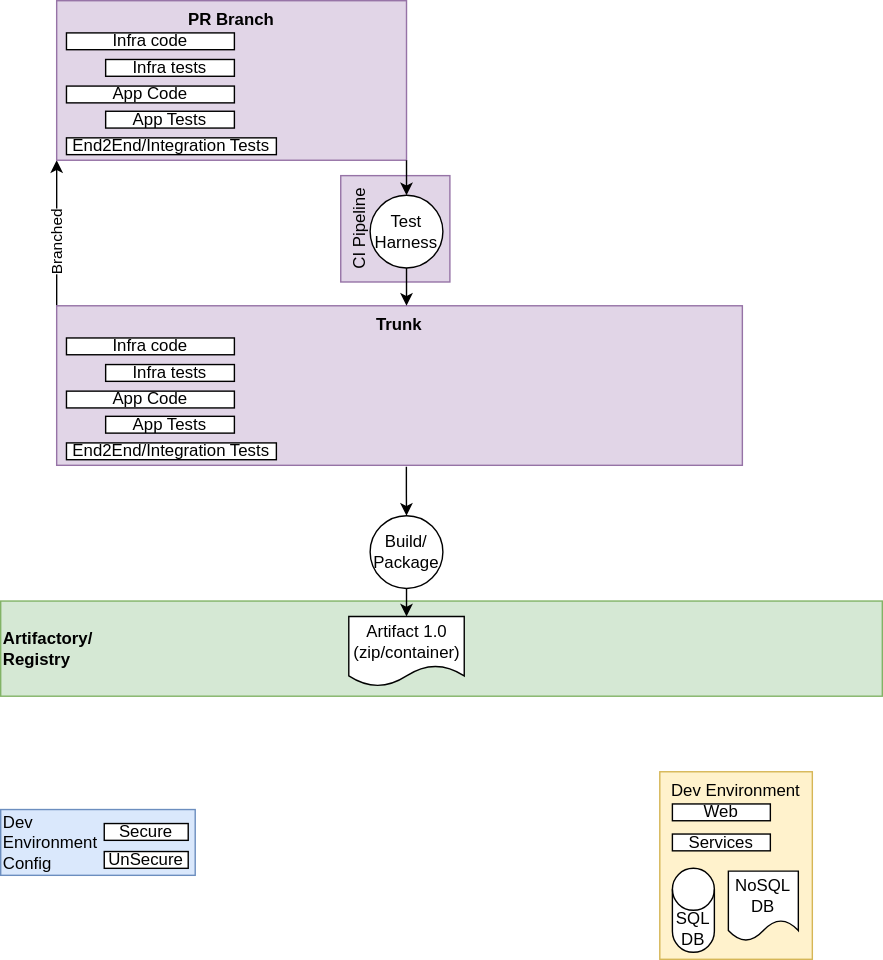
Before: assets/images/deployments.svg, a diagram exported from draw.io (vjavle/minimal-mistakes). Source tidied: cells renumbered, new cells last; positions are measured from the earlier drawing's top-left corner, leaving out a move shared by most shapes.
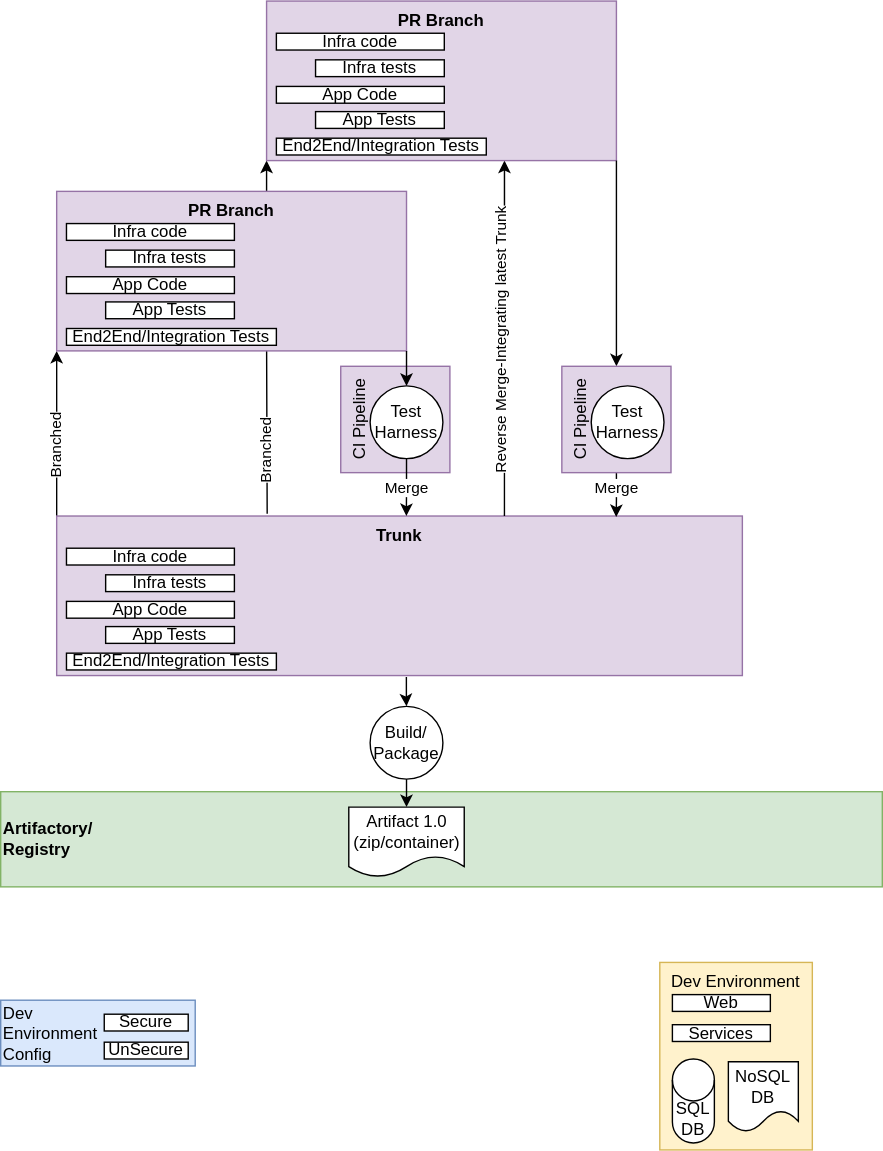
After the change.

Diff of the diagram source:
```diff
@@ -2,6 +2,12 @@
   <root>
     <mxCell id="0" />
     <mxCell id="1" parent="0" />
+    <mxCell id="34" style="edgeStyle=orthogonalEdgeStyle;rounded=0;jettySize=auto;html=1;startArrow=classic;startFill=1;endArrow=none;endFill=0;exitX=0;exitY=1;exitDx=0;exitDy=0;entryX=0.307;entryY=-0.014;entryDx=0;entryDy=0;entryPerimeter=0;" parent="1" edge="1" source="39" target="14">
+      <mxGeometry relative="1" as="geometry" />
+    </mxCell>
+    <mxCell id="35" value="Branched" style="edgeLabel;html=1;align=center;verticalAlign=middle;horizontal=0;" parent="34" vertex="1">
+      <mxGeometry x="0.65" y="-1" relative="1" as="geometry" />
+    </mxCell>
     <mxCell id="2" value="CI Pipeline" style="rounded=0;whiteSpace=wrap;html=1;horizontal=0;verticalAlign=top;fillColor=#e1d5e7;strokeColor=#9673a6;" parent="1" vertex="1">
       <mxGeometry x="243" y="125" width="78" height="76" as="geometry" />
     </mxCell>
@@ -39,28 +45,31 @@
       <mxGeometry relative="1" as="geometry" />
     </mxCell>
     <mxCell id="14" value="Trunk" style="rounded=0;whiteSpace=wrap;html=1;verticalAlign=top;fontStyle=1;fillColor=#e1d5e7;strokeColor=#9673a6;" parent="1" vertex="1">
-      <mxGeometry x="40" y="218" width="490" height="114" as="geometry" />
+      <mxGeometry x="40" y="232" width="490" height="114" as="geometry" />
     </mxCell>
     <mxCell id="15" value="Infra code" style="rounded=0;whiteSpace=wrap;html=1;" parent="1" vertex="1">
-      <mxGeometry x="47" y="241" width="120" height="12" as="geometry" />
+      <mxGeometry x="47" y="255" width="120" height="12" as="geometry" />
     </mxCell>
     <mxCell id="16" value="App Code" style="rounded=0;whiteSpace=wrap;html=1;" parent="1" vertex="1">
-      <mxGeometry x="47" y="279" width="120" height="12" as="geometry" />
+      <mxGeometry x="47" y="293" width="120" height="12" as="geometry" />
     </mxCell>
     <mxCell id="17" value="App Tests" style="rounded=0;whiteSpace=wrap;html=1;" parent="1" vertex="1">
-      <mxGeometry x="75" y="297" width="92" height="12" as="geometry" />
+      <mxGeometry x="75" y="311" width="92" height="12" as="geometry" />
     </mxCell>
     <mxCell id="18" value="Infra tests" style="rounded=0;whiteSpace=wrap;html=1;" parent="1" vertex="1">
-      <mxGeometry x="75" y="260" width="92" height="12" as="geometry" />
+      <mxGeometry x="75" y="274" width="92" height="12" as="geometry" />
     </mxCell>
     <mxCell id="19" value="End2End/Integration Tests" style="rounded=0;whiteSpace=wrap;html=1;" parent="1" vertex="1">
-      <mxGeometry x="47" y="316" width="150" height="12" as="geometry" />
+      <mxGeometry x="47" y="330" width="150" height="12" as="geometry" />
     </mxCell>
-    <mxCell id="20" style="edgeStyle=orthogonalEdgeStyle;rounded=0;jettySize=auto;html=1;startArrow=none;startFill=0;endArrow=classic;endFill=1;" parent="1" edge="1" source="22">
-      <mxGeometry relative="1" as="geometry">
-        <mxPoint x="290" y="218" as="targetPoint" />
-      </mxGeometry>
+    <mxCell id="20" style="edgeStyle=orthogonalEdgeStyle;rounded=0;jettySize=auto;html=1;startArrow=none;startFill=0;endArrow=classic;endFill=1;entryX=0.51;entryY=0;entryDx=0;entryDy=0;entryPerimeter=0;" parent="1" edge="1" source="22" target="14">
+      <mxGeometry relative="1" as="geometry" />
     </mxCell>
+    <mxCell id="36" value="Merge" style="edgeLabel;html=1;align=center;verticalAlign=middle;" parent="20" vertex="1">
+      <mxGeometry x="0.16" relative="1" as="geometry">
+        <mxPoint y="-3" as="offset" />
+      </mxGeometry>
+    </mxCell>
     <mxCell id="21" style="edgeStyle=orthogonalEdgeStyle;rounded=0;jettySize=auto;html=1;entryX=1;entryY=1;entryDx=0;entryDy=0;startArrow=classic;startFill=1;endArrow=none;endFill=0;" parent="1" edge="1" source="22" target="7">
       <mxGeometry relative="1" as="geometry" />
     </mxCell>
@@ -100,5 +109,48 @@
     <mxCell id="33" value="&lt;div&gt;NoSQL&lt;br&gt;DB&lt;br&gt;&lt;/div&gt;" style="shape=document;whiteSpace=wrap;html=1;boundedLbl=1;" parent="1" vertex="1">
       <mxGeometry x="520" y="622" width="50" height="50" as="geometry" />
     </mxCell>
+    <mxCell id="37" style="edgeStyle=orthogonalEdgeStyle;rounded=0;jettySize=auto;html=1;entryX=0.653;entryY=0;entryDx=0;entryDy=0;entryPerimeter=0;startArrow=classic;startFill=1;endArrow=none;endFill=0;exitX=0.68;exitY=1;exitDx=0;exitDy=0;exitPerimeter=0;" parent="1" edge="1" source="39" target="14">
+      <mxGeometry relative="1" as="geometry" />
+    </mxCell>
+    <mxCell id="38" value="Reverse Merge-Integrating latest Trunk" style="edgeLabel;html=1;align=center;verticalAlign=middle;horizontal=0;" parent="37" vertex="1">
+      <mxGeometry x="0.55" y="-2" relative="1" as="geometry">
+        <mxPoint y="-68" as="offset" />
+      </mxGeometry>
+    </mxCell>
+    <mxCell id="39" value="PR Branch" style="rounded=0;whiteSpace=wrap;html=1;verticalAlign=top;fontStyle=1;fillColor=#e1d5e7;strokeColor=#9673a6;" parent="1" vertex="1">
+      <mxGeometry x="190" y="-136" width="250" height="114" as="geometry" />
+    </mxCell>
+    <mxCell id="40" value="Infra code" style="rounded=0;whiteSpace=wrap;html=1;" parent="1" vertex="1">
+      <mxGeometry x="197" y="-113" width="120" height="12" as="geometry" />
+    </mxCell>
+    <mxCell id="41" value="App Code" style="rounded=0;whiteSpace=wrap;html=1;" parent="1" vertex="1">
+      <mxGeometry x="197" y="-75" width="120" height="12" as="geometry" />
+    </mxCell>
+    <mxCell id="42" value="App Tests" style="rounded=0;whiteSpace=wrap;html=1;" parent="1" vertex="1">
+      <mxGeometry x="225" y="-57" width="92" height="12" as="geometry" />
+    </mxCell>
+    <mxCell id="43" value="Infra tests" style="rounded=0;whiteSpace=wrap;html=1;" parent="1" vertex="1">
+      <mxGeometry x="225" y="-94" width="92" height="12" as="geometry" />
+    </mxCell>
+    <mxCell id="44" value="End2End/Integration Tests" style="rounded=0;whiteSpace=wrap;html=1;" parent="1" vertex="1">
+      <mxGeometry x="197" y="-38" width="150" height="12" as="geometry" />
+    </mxCell>
+    <mxCell id="45" style="edgeStyle=orthogonalEdgeStyle;rounded=0;jettySize=auto;html=1;entryX=1;entryY=1;entryDx=0;entryDy=0;startArrow=classic;startFill=1;endArrow=none;endFill=0;" parent="1" edge="1" source="48" target="39">
+      <mxGeometry relative="1" as="geometry" />
+    </mxCell>
+    <mxCell id="46" style="edgeStyle=orthogonalEdgeStyle;rounded=0;jettySize=auto;html=1;entryX=0.816;entryY=0.006;entryDx=0;entryDy=0;entryPerimeter=0;startArrow=none;startFill=0;endArrow=classic;endFill=1;" parent="1" edge="1" source="48" target="14">
+      <mxGeometry relative="1" as="geometry" />
+    </mxCell>
+    <mxCell id="47" value="Merge" style="edgeLabel;html=1;align=center;verticalAlign=middle;" parent="46" vertex="1">
+      <mxGeometry x="-0.12" relative="1" as="geometry">
+        <mxPoint y="-3" as="offset" />
+      </mxGeometry>
+    </mxCell>
+    <mxCell id="48" value="CI Pipeline" style="rounded=0;whiteSpace=wrap;html=1;horizontal=0;verticalAlign=top;fillColor=#e1d5e7;strokeColor=#9673a6;" parent="1" vertex="1">
+      <mxGeometry x="401" y="125" width="78" height="76" as="geometry" />
+    </mxCell>
+    <mxCell id="49" value="Test Harness" style="ellipse;whiteSpace=wrap;html=1;" parent="1" vertex="1">
+      <mxGeometry x="422" y="139" width="52" height="52" as="geometry" />
+    </mxCell>
   </root>
 </mxGraphModel>
```
